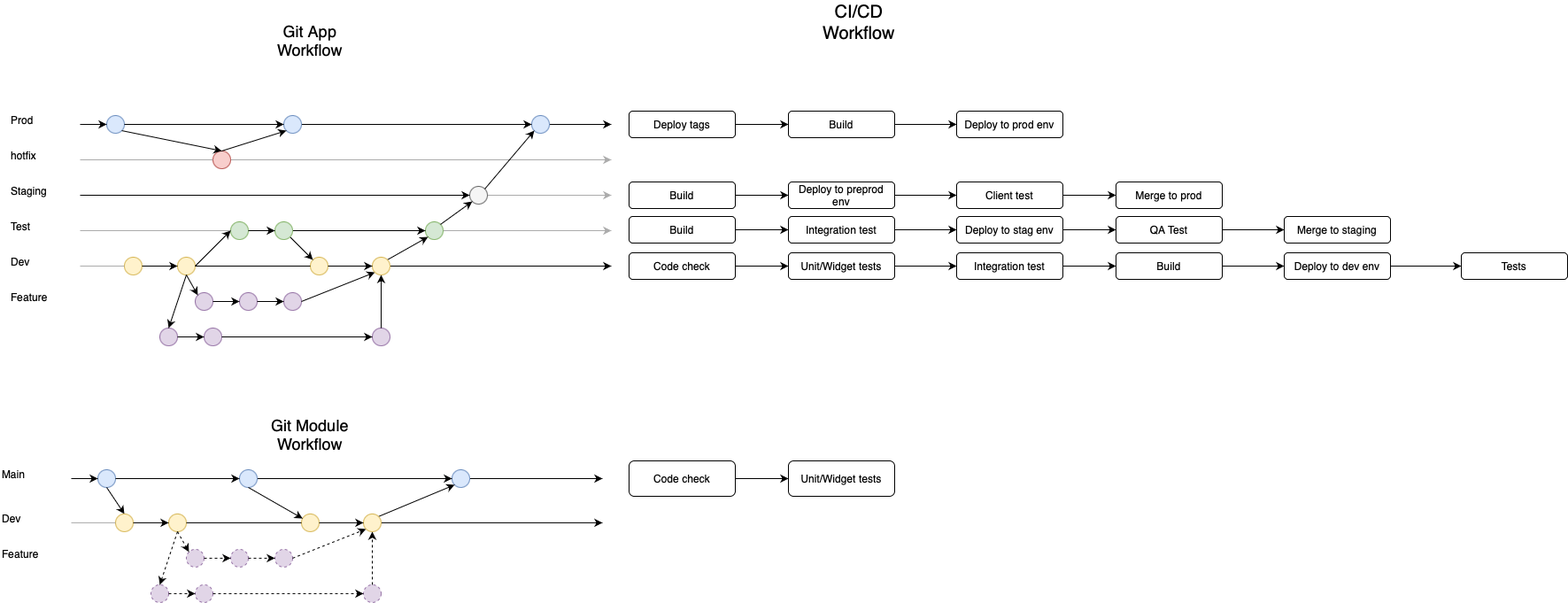
Earlier version of the draw.io export docs/CI_CD Workflow.png (DG-Development/template). Source tidied: cells renumbered, new cells last; positions are measured from the earlier drawing's top-left corner, leaving out a move shared by most shapes.
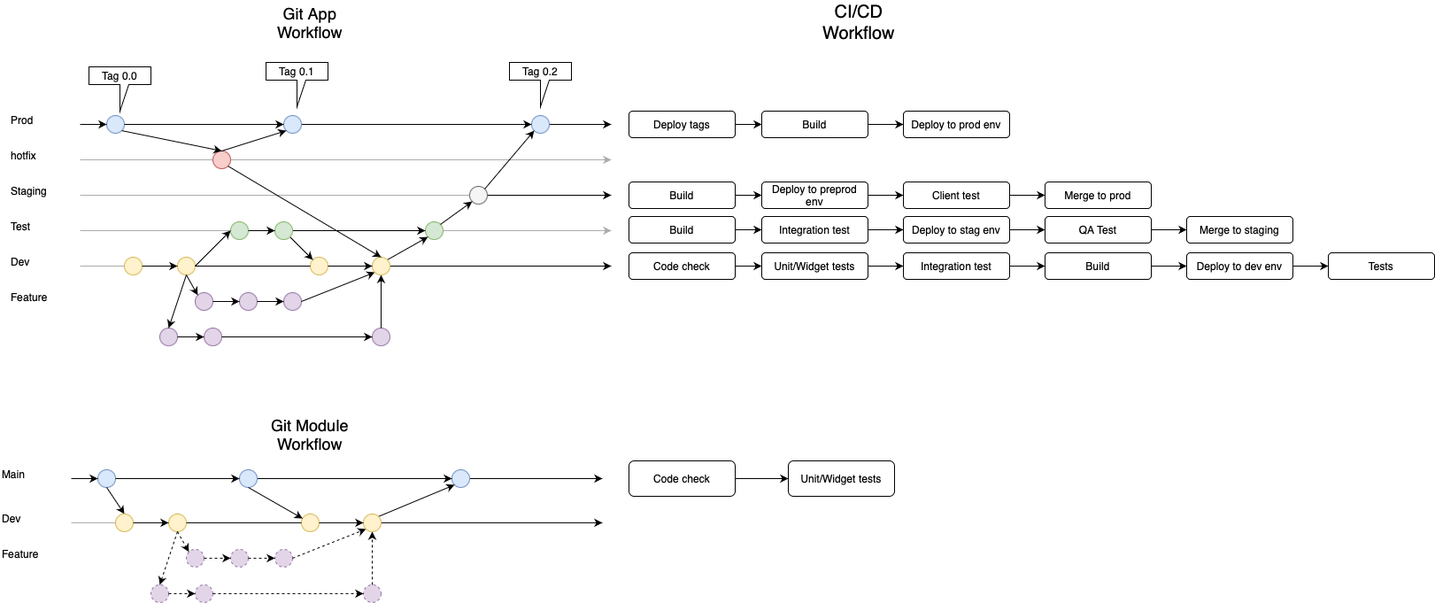
Later version of the same file.

Diff of the diagram source:
```diff
@@ -287,7 +287,7 @@
       <mxGeometry relative="1" as="geometry" />
     </mxCell>
     <mxCell id="88" value="&lt;font style=&quot;font-size: 18px;&quot;&gt;Git App Workflow&lt;/font&gt;" style="text;html=1;strokeColor=none;fillColor=none;align=center;verticalAlign=middle;whiteSpace=wrap;rounded=0;" parent="1" vertex="1">
-      <mxGeometry x="300" y="20" width="100" height="50" as="geometry" />
+      <mxGeometry x="300" width="100" height="50" as="geometry" />
     </mxCell>
     <mxCell id="89" value="&lt;font style=&quot;font-size: 18px;&quot;&gt;Git Module Workflow&lt;/font&gt;" style="text;html=1;strokeColor=none;fillColor=none;align=center;verticalAlign=middle;whiteSpace=wrap;rounded=0;" parent="1" vertex="1">
       <mxGeometry x="300" y="470" width="100" height="40" as="geometry" />
@@ -305,10 +305,10 @@
       <mxGeometry relative="1" as="geometry" />
     </mxCell>
     <mxCell id="94" value="Build" style="rounded=1;whiteSpace=wrap;html=1;" parent="1" vertex="1">
-      <mxGeometry x="890" y="125" width="120" height="30" as="geometry" />
+      <mxGeometry x="860" y="125" width="120" height="30" as="geometry" />
     </mxCell>
     <mxCell id="95" value="Deploy to prod env" style="rounded=1;whiteSpace=wrap;html=1;" parent="1" vertex="1">
-      <mxGeometry x="1080" y="125" width="120" height="30" as="geometry" />
+      <mxGeometry x="1020" y="125" width="120" height="30" as="geometry" />
     </mxCell>
     <mxCell id="96" style="edgeStyle=orthogonalEdgeStyle;rounded=0;jettySize=auto;html=1;exitX=1;exitY=0.5;exitDx=0;exitDy=0;entryX=0;entryY=0.5;entryDx=0;entryDy=0;strokeColor=#000000;endArrow=classic;endFill=1;" parent="1" edge="1" source="97" target="99">
       <mxGeometry relative="1" as="geometry" />
@@ -320,19 +320,19 @@
       <mxGeometry relative="1" as="geometry" />
     </mxCell>
     <mxCell id="99" value="Integration test" style="rounded=1;whiteSpace=wrap;html=1;" parent="1" vertex="1">
-      <mxGeometry x="890" y="244" width="120" height="30" as="geometry" />
+      <mxGeometry x="860" y="244" width="120" height="30" as="geometry" />
     </mxCell>
     <mxCell id="100" style="edgeStyle=orthogonalEdgeStyle;rounded=0;jettySize=auto;html=1;exitX=1;exitY=0.5;exitDx=0;exitDy=0;entryX=0;entryY=0.5;entryDx=0;entryDy=0;strokeColor=#000000;endArrow=classic;endFill=1;" parent="1" edge="1" source="101" target="103">
       <mxGeometry relative="1" as="geometry" />
     </mxCell>
     <mxCell id="101" value="Deploy to stag env" style="rounded=1;whiteSpace=wrap;html=1;" parent="1" vertex="1">
-      <mxGeometry x="1080" y="244" width="120" height="30" as="geometry" />
+      <mxGeometry x="1020" y="244" width="120" height="30" as="geometry" />
     </mxCell>
     <mxCell id="102" style="edgeStyle=orthogonalEdgeStyle;rounded=0;jettySize=auto;html=1;exitX=1;exitY=0.5;exitDx=0;exitDy=0;entryX=0;entryY=0.5;entryDx=0;entryDy=0;strokeColor=#000000;endArrow=classic;endFill=1;" parent="1" edge="1" source="103" target="112">
       <mxGeometry relative="1" as="geometry" />
     </mxCell>
     <mxCell id="103" value="QA Test" style="rounded=1;whiteSpace=wrap;html=1;" parent="1" vertex="1">
-      <mxGeometry x="1260" y="244" width="120" height="30" as="geometry" />
+      <mxGeometry x="1180" y="244" width="120" height="30" as="geometry" />
     </mxCell>
     <mxCell id="104" style="edgeStyle=orthogonalEdgeStyle;rounded=0;jettySize=auto;html=1;exitX=1;exitY=0.5;exitDx=0;exitDy=0;entryX=0;entryY=0.5;entryDx=0;entryDy=0;strokeColor=#000000;endArrow=classic;endFill=1;" parent="1" edge="1" source="105" target="107">
       <mxGeometry relative="1" as="geometry" />
@@ -344,28 +344,28 @@
       <mxGeometry relative="1" as="geometry" />
     </mxCell>
     <mxCell id="107" value="Unit/Widget tests" style="rounded=1;whiteSpace=wrap;html=1;" parent="1" vertex="1">
-      <mxGeometry x="890" y="285" width="120" height="30" as="geometry" />
+      <mxGeometry x="860" y="285" width="120" height="30" as="geometry" />
     </mxCell>
     <mxCell id="108" style="edgeStyle=orthogonalEdgeStyle;rounded=0;jettySize=auto;html=1;exitX=1;exitY=0.5;exitDx=0;exitDy=0;entryX=0;entryY=0.5;entryDx=0;entryDy=0;strokeColor=#000000;endArrow=classic;endFill=1;" parent="1" edge="1" source="109" target="111">
       <mxGeometry relative="1" as="geometry" />
     </mxCell>
     <mxCell id="109" value="Integration test" style="rounded=1;whiteSpace=wrap;html=1;" parent="1" vertex="1">
-      <mxGeometry x="1080" y="285" width="120" height="30" as="geometry" />
+      <mxGeometry x="1020" y="285" width="120" height="30" as="geometry" />
     </mxCell>
     <mxCell id="110" style="edgeStyle=orthogonalEdgeStyle;rounded=0;jettySize=auto;html=1;exitX=1;exitY=0.5;exitDx=0;exitDy=0;entryX=0;entryY=0.5;entryDx=0;entryDy=0;strokeColor=#000000;endArrow=classic;endFill=1;" parent="1" edge="1" source="111" target="114">
       <mxGeometry relative="1" as="geometry" />
     </mxCell>
     <mxCell id="111" value="Build" style="rounded=1;whiteSpace=wrap;html=1;" parent="1" vertex="1">
-      <mxGeometry x="1260" y="285" width="120" height="30" as="geometry" />
+      <mxGeometry x="1180" y="285" width="120" height="30" as="geometry" />
     </mxCell>
     <mxCell id="112" value="Merge to staging" style="rounded=1;whiteSpace=wrap;html=1;" parent="1" vertex="1">
-      <mxGeometry x="1450" y="244" width="120" height="30" as="geometry" />
+      <mxGeometry x="1340" y="244" width="120" height="30" as="geometry" />
     </mxCell>
     <mxCell id="113" style="edgeStyle=orthogonalEdgeStyle;rounded=0;jettySize=auto;html=1;exitX=1;exitY=0.5;exitDx=0;exitDy=0;fontSize=20;" parent="1" edge="1" source="114" target="118">
       <mxGeometry relative="1" as="geometry" />
     </mxCell>
     <mxCell id="114" value="Deploy to dev env" style="rounded=1;whiteSpace=wrap;html=1;" parent="1" vertex="1">
-      <mxGeometry x="1450" y="285" width="120" height="30" as="geometry" />
+      <mxGeometry x="1340" y="285" width="120" height="30" as="geometry" />
     </mxCell>
     <mxCell id="115" style="edgeStyle=orthogonalEdgeStyle;rounded=0;jettySize=auto;html=1;exitX=1;exitY=0.5;exitDx=0;exitDy=0;entryX=0;entryY=0.5;entryDx=0;entryDy=0;strokeColor=#000000;endArrow=classic;endFill=1;" parent="1" edge="1" source="116" target="117">
       <mxGeometry relative="1" as="geometry" />
@@ -377,9 +377,9 @@
       <mxGeometry x="890" y="520" width="120" height="40" as="geometry" />
     </mxCell>
     <mxCell id="118" value="Tests" style="rounded=1;whiteSpace=wrap;html=1;" parent="1" vertex="1">
-      <mxGeometry x="1650" y="285" width="120" height="30" as="geometry" />
+      <mxGeometry x="1500" y="285" width="120" height="30" as="geometry" />
     </mxCell>
-    <mxCell id="119" style="endArrow=classic;html=1;rounded=0;startArrow=none;strokeColor=#ABABAB;" parent="1" edge="1" source="121">
+    <mxCell id="119" style="endArrow=classic;html=1;rounded=0;startArrow=none;strokeColor=#000000;" parent="1" edge="1" source="121">
       <mxGeometry relative="1" as="geometry">
         <mxPoint x="690" y="220" as="targetPoint" />
       </mxGeometry>
@@ -390,7 +390,7 @@
     <mxCell id="121" style="ellipse;whiteSpace=wrap;html=1;fillColor=#f5f5f5;strokeColor=#666666;fontColor=#333333;" parent="1" vertex="1">
       <mxGeometry x="530" y="210" width="20" height="20" as="geometry" />
     </mxCell>
-    <mxCell id="122" style="endArrow=classic;html=1;rounded=0;startArrow=none;endFill=1;" parent="1" edge="1" target="121">
+    <mxCell id="122" style="endArrow=none;html=1;rounded=0;startArrow=none;endFill=0;strokeColor=#ABABAB;" parent="1" edge="1" target="121">
       <mxGeometry relative="1" as="geometry">
         <mxPoint x="90" y="220" as="sourcePoint" />
       </mxGeometry>
@@ -411,16 +411,28 @@
       <mxGeometry relative="1" as="geometry" />
     </mxCell>
     <mxCell id="128" value="Deploy to preprod env" style="rounded=1;whiteSpace=wrap;html=1;" parent="1" vertex="1">
-      <mxGeometry x="890" y="205" width="120" height="30" as="geometry" />
+      <mxGeometry x="860" y="205" width="120" height="30" as="geometry" />
     </mxCell>
     <mxCell id="129" style="edgeStyle=orthogonalEdgeStyle;rounded=0;jettySize=auto;html=1;exitX=1;exitY=0.5;exitDx=0;exitDy=0;entryX=0;entryY=0.5;entryDx=0;entryDy=0;" parent="1" edge="1" source="130" target="131">
       <mxGeometry relative="1" as="geometry" />
     </mxCell>
     <mxCell id="130" value="Client test" style="rounded=1;whiteSpace=wrap;html=1;" parent="1" vertex="1">
-      <mxGeometry x="1080" y="205" width="120" height="30" as="geometry" />
+      <mxGeometry x="1020" y="205" width="120" height="30" as="geometry" />
     </mxCell>
     <mxCell id="131" value="Merge to prod" style="rounded=1;whiteSpace=wrap;html=1;" parent="1" vertex="1">
-      <mxGeometry x="1260" y="205" width="120" height="30" as="geometry" />
+      <mxGeometry x="1180" y="205" width="120" height="30" as="geometry" />
     </mxCell>
+    <mxCell id="132" style="endArrow=classic;html=1;rounded=0;startArrow=none;endFill=1;entryX=0.5;entryY=0;entryDx=0;entryDy=0;exitX=1;exitY=1;exitDx=0;exitDy=0;" parent="1" edge="1" source="15" target="47">
+      <mxGeometry relative="1" as="geometry" />
+    </mxCell>
+    <mxCell id="133" value="Tag 0.0" style="shape=callout;whiteSpace=wrap;html=1;perimeter=calloutPerimeter;position2=0.5;base=10;size=30;position=0.5;" parent="1" vertex="1">
+      <mxGeometry x="100" y="75" width="70" height="50" as="geometry" />
+    </mxCell>
+    <mxCell id="134" value="Tag 0.1" style="shape=callout;whiteSpace=wrap;html=1;perimeter=calloutPerimeter;position2=0.5;base=10;size=30;position=0.5;" parent="1" vertex="1">
+      <mxGeometry x="300" y="70" width="70" height="50" as="geometry" />
+    </mxCell>
+    <mxCell id="135" value="Tag 0.2" style="shape=callout;whiteSpace=wrap;html=1;perimeter=calloutPerimeter;position2=0.5;base=10;size=30;position=0.5;" parent="1" vertex="1">
+      <mxGeometry x="575" y="70" width="70" height="50" as="geometry" />
+    </mxCell>
   </root>
 </mxGraphModel>
```
